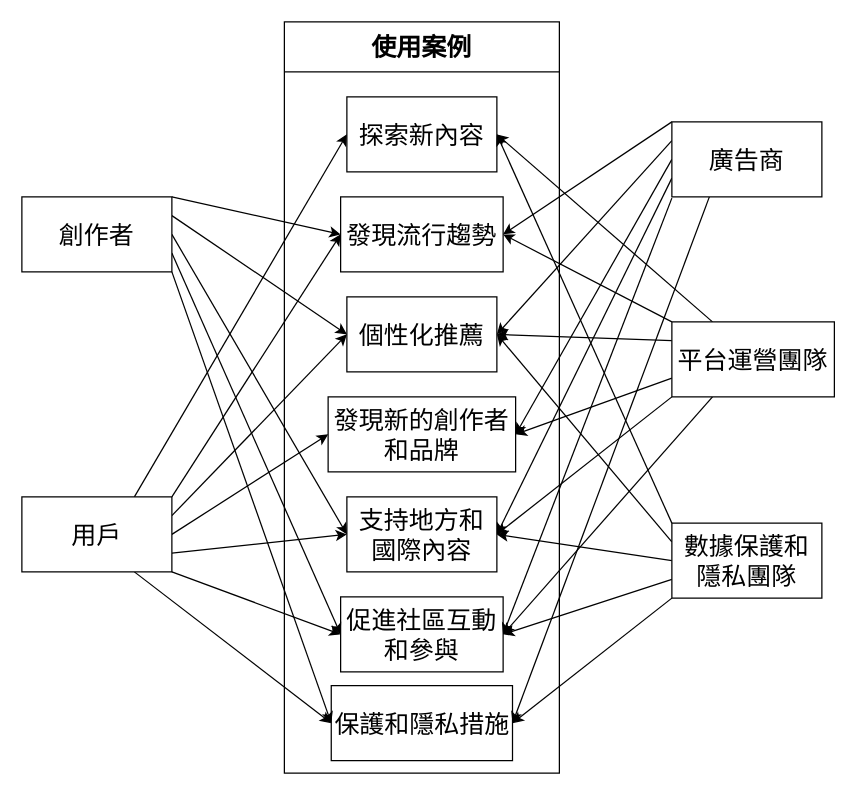
jeffwei0/1122_Final-project keeps this draw.io diagram as serch.drawio. Above is the earlier version. Source tidied: cells renumbered, new cells numbered last; positions are measured from the earlier drawing's top-left corner, leaving out a move shared by most shapes. Both pictures are drawn from the tidied source at 125%, with x=0, y=0 at pixel (21, 21).
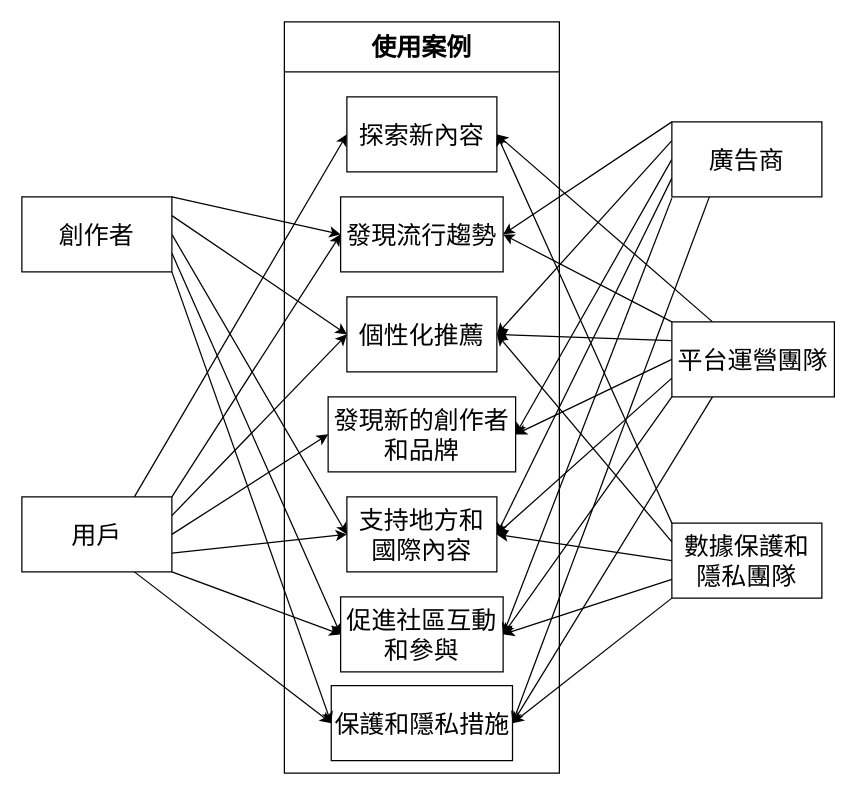
After the change.

Unchanged cells that the change refers to:
```xml
<mxCell id="6" value="發現新的創作者和品牌" style="rounded=0;whiteSpace=wrap;html=1;fontSize=20;" parent="2" vertex="1">
  <mxGeometry x="35" y="300" width="150" height="60" as="geometry" />
</mxCell>
<mxCell id="7" value="支持地方和國際內容" style="rounded=0;whiteSpace=wrap;html=1;fontSize=20;" parent="2" vertex="1">
  <mxGeometry x="50" y="380" width="120" height="60" as="geometry" />
</mxCell>
<mxCell id="8" value="促進社區互動和參與" style="rounded=0;whiteSpace=wrap;html=1;fontSize=20;" parent="2" vertex="1">
  <mxGeometry x="45" y="460" width="130" height="60" as="geometry" />
</mxCell>
<mxCell id="9" value="保護和隱私措施" style="rounded=0;whiteSpace=wrap;html=1;fontSize=20;" parent="2" vertex="1">
  <mxGeometry x="37.5" y="531" width="145" height="60" as="geometry" />
</mxCell>
<mxCell id="37" value="平台運營團隊" style="rounded=0;whiteSpace=wrap;html=1;fontSize=20;" parent="1" vertex="1">
  <mxGeometry x="520" y="240" width="130" height="60" as="geometry" />
</mxCell>
```

Diff of the diagram source:
```diff
@@
-    <mxCell id="34" style="edgeStyle=none;html=1;exitX=0;exitY=0.75;exitDx=0;exitDy=0;entryX=1;entryY=0.5;entryDx=0;entryDy=0;fontSize=20;" parent="1" edge="1" source="37" target="6">
+    <mxCell id="34" style="edgeStyle=none;html=1;exitX=0;exitY=0.5;exitDx=0;exitDy=0;entryX=1;entryY=0.5;entryDx=0;entryDy=0;fontSize=20;" parent="1" edge="1" source="37" target="6">
       <mxGeometry relative="1" as="geometry" />
     </mxCell>
-    <mxCell id="35" style="edgeStyle=none;html=1;exitX=0;exitY=1;exitDx=0;exitDy=0;entryX=1;entryY=0.5;entryDx=0;entryDy=0;fontSize=20;" parent="1" edge="1" source="37" target="7">
+    <mxCell id="35" style="edgeStyle=none;html=1;exitX=0;exitY=0.75;exitDx=0;exitDy=0;entryX=1;entryY=0.5;entryDx=0;entryDy=0;fontSize=20;" parent="1" edge="1" source="37" target="7">
       <mxGeometry relative="1" as="geometry" />
     </mxCell>
-    <mxCell id="36" style="edgeStyle=none;html=1;exitX=0.25;exitY=1;exitDx=0;exitDy=0;entryX=1;entryY=0.5;entryDx=0;entryDy=0;fontSize=20;" parent="1" edge="1" source="37" target="8">
+    <mxCell id="36" style="edgeStyle=none;html=1;exitX=0;exitY=1;exitDx=0;exitDy=0;entryX=1;entryY=0.5;entryDx=0;entryDy=0;fontSize=20;" parent="1" edge="1" source="37" target="8">
       <mxGeometry relative="1" as="geometry" />
     </mxCell>
+    <mxCell id="44" style="edgeStyle=none;html=1;exitX=0.25;exitY=1;exitDx=0;exitDy=0;entryX=1;entryY=0.5;entryDx=0;entryDy=0;" parent="1" edge="1" source="37" target="9">
+      <mxGeometry relative="1" as="geometry" />
+    </mxCell>
```
